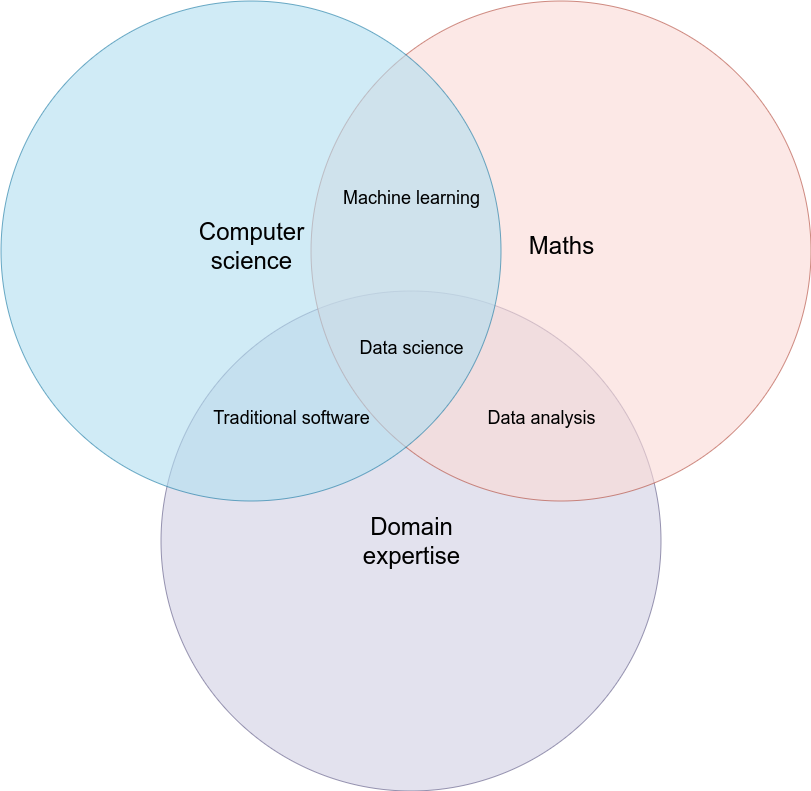
Earlier version of the draw.io export diagrams/computer_science_vs_math_vs_domain_expertise.drawio.png (ryndovaira-org/data_science_lectures). Source tidied: cells renumbered, new cells last; positions are measured from the earlier drawing's top-left corner, leaving out a move shared by most shapes. The source it was exported from:
```xml
<mxGraphModel>
  <root>
    <mxCell id="0" />
    <mxCell id="1" parent="0" />
    <mxCell id="2" style="ellipse;fillColor=#d0cee2;opacity=60;strokeColor=#56517e;html=1;fontSize=19;" parent="1" vertex="1">
      <mxGeometry x="159.5" y="290.5" width="500" height="500" as="geometry" />
    </mxCell>
    <mxCell id="3" style="ellipse;opacity=60;html=1;fontSize=19;fillColor=#fad9d5;strokeColor=#ae4132;" parent="1" vertex="1">
      <mxGeometry x="309.5" y="0.5" width="500" height="500" as="geometry" />
    </mxCell>
    <mxCell id="4" style="ellipse;fillColor=#b1ddf0;opacity=60;strokeColor=#10739e;html=1;fontSize=19;" parent="1" vertex="1">
      <mxGeometry x="-0.5" y="0.5" width="500" height="500" as="geometry" />
    </mxCell>
    <mxCell id="5" value="&lt;div style=&quot;font-size: 24px;&quot;&gt;Computer&lt;/div&gt;&lt;div style=&quot;font-size: 24px;&quot;&gt;science&lt;/div&gt;" style="text;fontSize=24;align=center;verticalAlign=middle;html=1;fontColor=#000000;" parent="1" vertex="1">
      <mxGeometry x="154.5" y="210.5" width="190" height="70" as="geometry" />
    </mxCell>
    <mxCell id="6" value="Maths" style="text;fontSize=24;align=center;verticalAlign=middle;html=1;fontColor=#000000;" parent="1" vertex="1">
      <mxGeometry x="504.2" y="210.5" width="110.5" height="70" as="geometry" />
    </mxCell>
    <mxCell id="7" value="&lt;div style=&quot;font-size: 24px;&quot;&gt;Domain&lt;/div&gt;&lt;div style=&quot;font-size: 24px;&quot;&gt;expertise&lt;/div&gt;" style="text;fontSize=24;align=center;verticalAlign=middle;html=1;fontColor=#000000;" parent="1" vertex="1">
      <mxGeometry x="314.5" y="505.5" width="190" height="70" as="geometry" />
    </mxCell>
    <mxCell id="8" value="Machine learning" style="text;align=center;html=1;fontColor=#000000;fontSize=18;" parent="1" vertex="1">
      <mxGeometry x="389.5" y="180.5" width="40" height="40" as="geometry" />
    </mxCell>
    <mxCell id="9" value="Traditional software" style="text;align=center;html=1;fontColor=#000000;fontSize=18;" parent="1" vertex="1">
      <mxGeometry x="269.5" y="400.5" width="40" height="40" as="geometry" />
    </mxCell>
    <mxCell id="10" value="Data analysis" style="text;align=center;html=1;fontColor=#000000;fontSize=18;" parent="1" vertex="1">
      <mxGeometry x="519.5" y="400.5" width="40" height="40" as="geometry" />
    </mxCell>
    <mxCell id="11" value="Data science" style="text;align=center;html=1;fontColor=#000000;fontSize=18;" parent="1" vertex="1">
      <mxGeometry x="389.5" y="330.5" width="40" height="40" as="geometry" />
    </mxCell>
  </root>
</mxGraphModel>
```
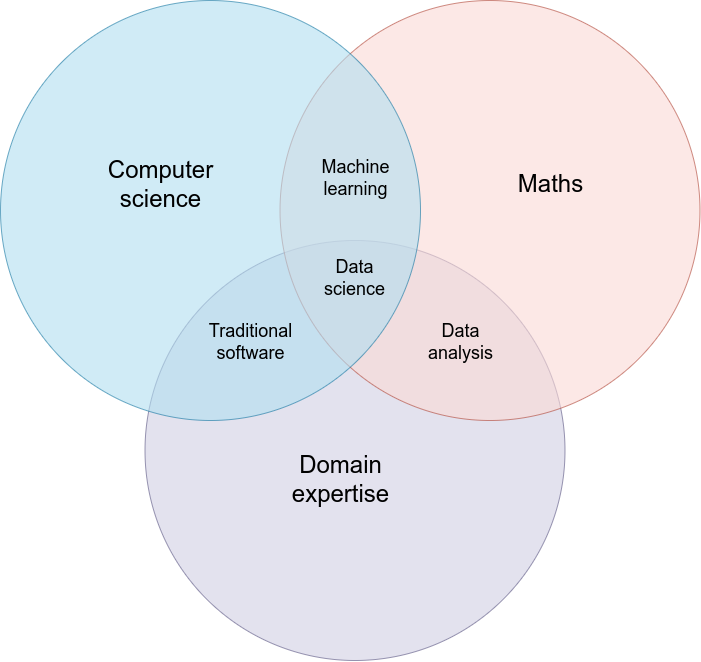
Above is the later version.

Diff of the diagram source:
```diff
@@ -2,35 +2,35 @@
   <root>
     <mxCell id="0" />
     <mxCell id="1" parent="0" />
-    <mxCell id="2" style="ellipse;fillColor=#d0cee2;opacity=60;strokeColor=#56517e;html=1;fontSize=19;" parent="1" vertex="1">
-      <mxGeometry x="159.5" y="290.5" width="500" height="500" as="geometry" />
+    <mxCell id="2" style="ellipse;fillColor=#d0cee2;opacity=60;strokeColor=#56517e;html=1;fontSize=19;rotation=0;" parent="1" vertex="1">
+      <mxGeometry x="214.5" y="302" width="420" height="420" as="geometry" />
     </mxCell>
-    <mxCell id="3" style="ellipse;opacity=60;html=1;fontSize=19;fillColor=#fad9d5;strokeColor=#ae4132;" parent="1" vertex="1">
-      <mxGeometry x="309.5" y="0.5" width="500" height="500" as="geometry" />
+    <mxCell id="3" style="ellipse;opacity=60;html=1;fontSize=19;fillColor=#fad9d5;strokeColor=#ae4132;rotation=0;" parent="1" vertex="1">
+      <mxGeometry x="349.5" y="62" width="420" height="420" as="geometry" />
     </mxCell>
-    <mxCell id="4" style="ellipse;fillColor=#b1ddf0;opacity=60;strokeColor=#10739e;html=1;fontSize=19;" parent="1" vertex="1">
-      <mxGeometry x="-0.5" y="0.5" width="500" height="500" as="geometry" />
+    <mxCell id="4" style="ellipse;fillColor=#b1ddf0;opacity=60;strokeColor=#10739e;html=1;fontSize=19;rotation=0;" parent="1" vertex="1">
+      <mxGeometry x="70" y="62" width="420" height="420" as="geometry" />
     </mxCell>
     <mxCell id="5" value="&lt;div style=&quot;font-size: 24px;&quot;&gt;Computer&lt;/div&gt;&lt;div style=&quot;font-size: 24px;&quot;&gt;science&lt;/div&gt;" style="text;fontSize=24;align=center;verticalAlign=middle;html=1;fontColor=#000000;" parent="1" vertex="1">
-      <mxGeometry x="154.5" y="210.5" width="190" height="70" as="geometry" />
+      <mxGeometry x="170" y="205.5" width="120" height="80" as="geometry" />
     </mxCell>
     <mxCell id="6" value="Maths" style="text;fontSize=24;align=center;verticalAlign=middle;html=1;fontColor=#000000;" parent="1" vertex="1">
-      <mxGeometry x="504.2" y="210.5" width="110.5" height="70" as="geometry" />
+      <mxGeometry x="560" y="205.5" width="120" height="80" as="geometry" />
     </mxCell>
     <mxCell id="7" value="&lt;div style=&quot;font-size: 24px;&quot;&gt;Domain&lt;/div&gt;&lt;div style=&quot;font-size: 24px;&quot;&gt;expertise&lt;/div&gt;" style="text;fontSize=24;align=center;verticalAlign=middle;html=1;fontColor=#000000;" parent="1" vertex="1">
       <mxGeometry x="314.5" y="505.5" width="190" height="70" as="geometry" />
     </mxCell>
-    <mxCell id="8" value="Machine learning" style="text;align=center;html=1;fontColor=#000000;fontSize=18;" parent="1" vertex="1">
-      <mxGeometry x="389.5" y="180.5" width="40" height="40" as="geometry" />
+    <mxCell id="8" value="Machine &lt;br&gt;learning" style="text;align=center;html=1;fontColor=#000000;fontSize=18;" parent="1" vertex="1">
+      <mxGeometry x="404.5" y="212" width="40" height="40" as="geometry" />
     </mxCell>
-    <mxCell id="9" value="Traditional software" style="text;align=center;html=1;fontColor=#000000;fontSize=18;" parent="1" vertex="1">
-      <mxGeometry x="269.5" y="400.5" width="40" height="40" as="geometry" />
+    <mxCell id="9" value="Traditional &lt;br&gt;software" style="text;align=center;html=1;fontColor=#000000;fontSize=18;" parent="1" vertex="1">
+      <mxGeometry x="300" y="376" width="40" height="40" as="geometry" />
     </mxCell>
-    <mxCell id="10" value="Data analysis" style="text;align=center;html=1;fontColor=#000000;fontSize=18;" parent="1" vertex="1">
-      <mxGeometry x="519.5" y="400.5" width="40" height="40" as="geometry" />
+    <mxCell id="10" value="Data &lt;br&gt;analysis" style="text;align=center;html=1;fontColor=#000000;fontSize=18;" parent="1" vertex="1">
+      <mxGeometry x="510" y="376" width="40" height="40" as="geometry" />
     </mxCell>
-    <mxCell id="11" value="Data science" style="text;align=center;html=1;fontColor=#000000;fontSize=18;" parent="1" vertex="1">
-      <mxGeometry x="389.5" y="330.5" width="40" height="40" as="geometry" />
+    <mxCell id="11" value="Data &lt;br&gt;science" style="text;align=center;html=1;fontColor=#000000;fontSize=18;" parent="1" vertex="1">
+      <mxGeometry x="404" y="312" width="40" height="40" as="geometry" />
     </mxCell>
   </root>
 </mxGraphModel>
```
